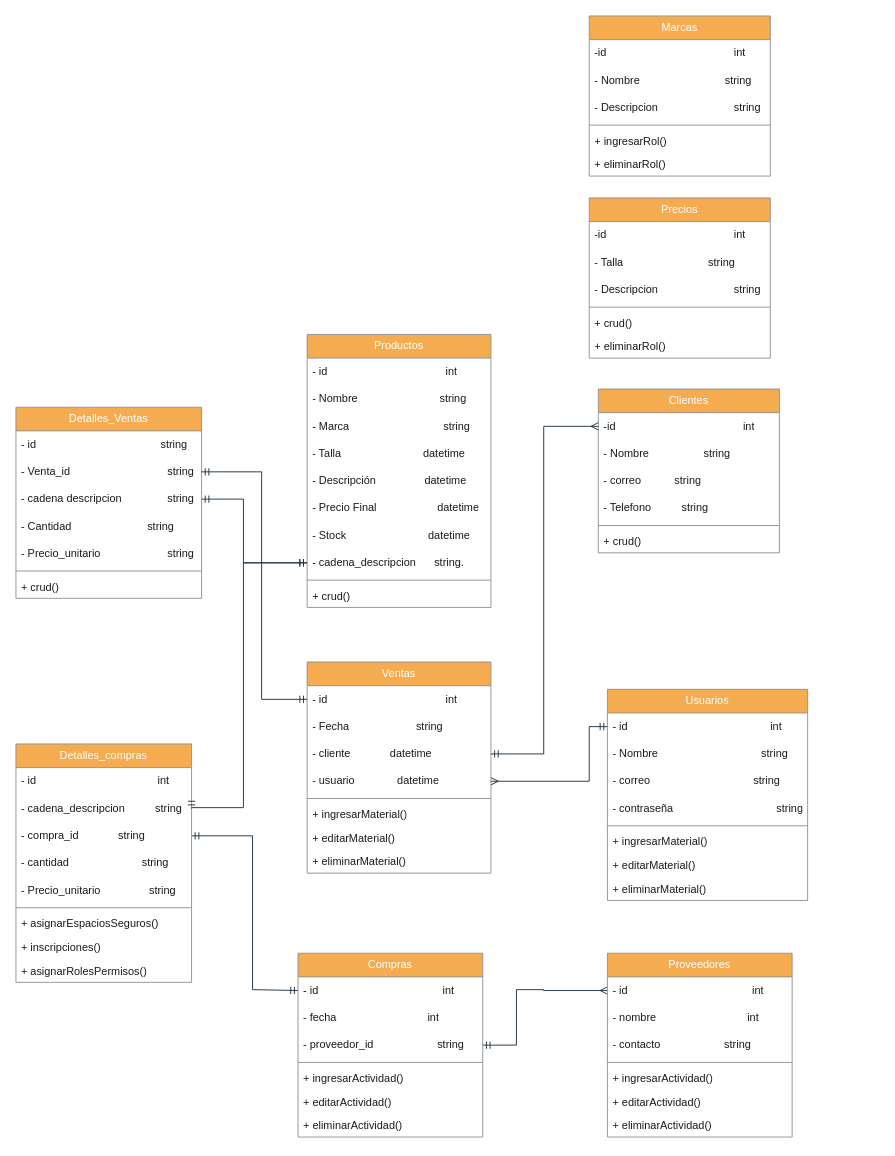
NealD00/Diagramin keeps this draw.io diagram as Sombreros.drawio. Above is the earlier version. Source tidied: cells renumbered, new cells numbered last; positions are measured from the earlier drawing's top-left corner, leaving out a move shared by most shapes. Both pictures are drawn from the tidied source at 91%, with x=0, y=0 at pixel (15, 15).
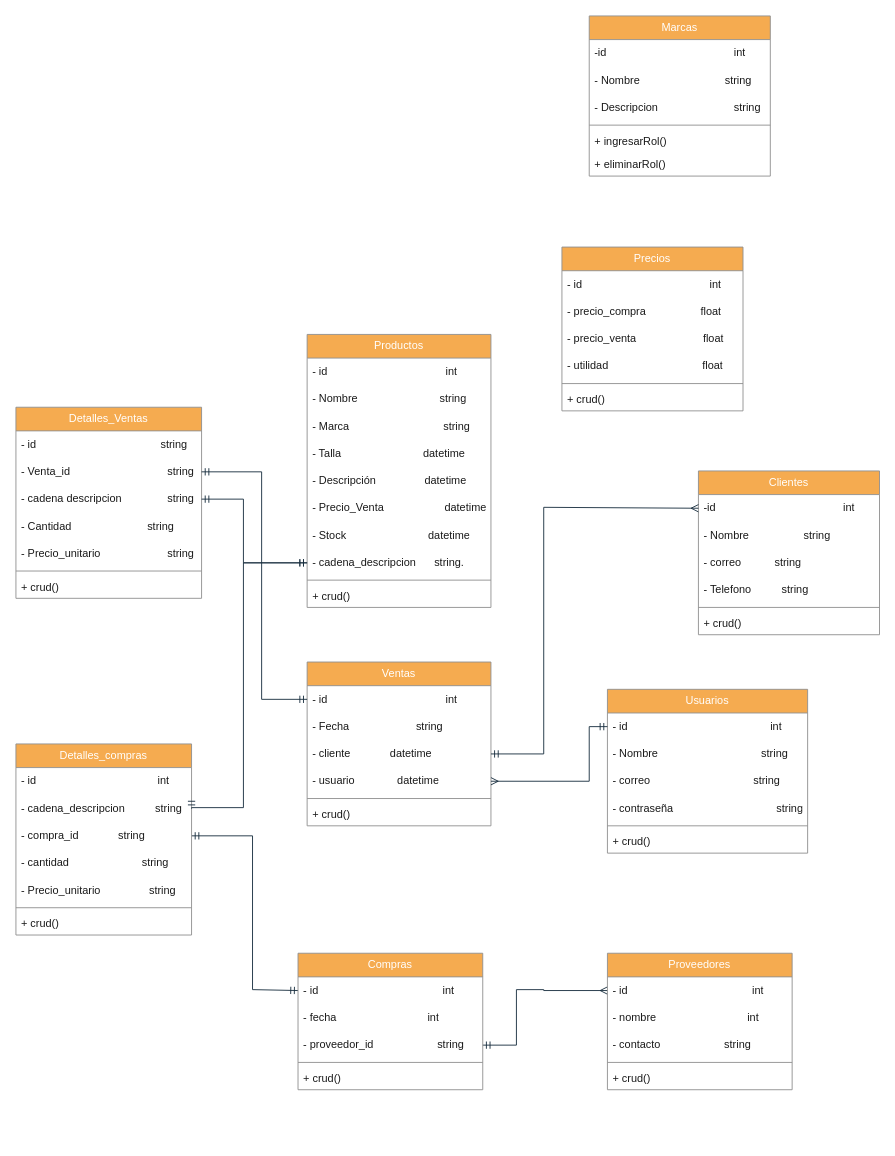
Above is the later version.

The change refers to these unchanged cells:
```xml
<mxCell id="42" value="- cliente&amp;nbsp; &amp;nbsp; &amp;nbsp; &amp;nbsp; &amp;nbsp; &amp;nbsp; &amp;nbsp;datetime" style="text;strokeColor=none;fillColor=none;align=left;verticalAlign=middle;spacingLeft=4;spacingRight=4;overflow=hidden;points=[[0,0.5],[1,0.5]];portConstraint=eastwest;whiteSpace=wrap;html=1;labelBackgroundColor=none;fontColor=#1A1A1A;swimlaneLine=0;" parent="39" vertex="1">
  <mxGeometry y="86" width="202" height="30" as="geometry" />
</mxCell>
<mxCell id="50" value="-id&amp;nbsp; &amp;nbsp; &amp;nbsp; &amp;nbsp; &amp;nbsp; &amp;nbsp; &amp;nbsp; &amp;nbsp; &amp;nbsp; &amp;nbsp; &amp;nbsp; &amp;nbsp; &amp;nbsp; &amp;nbsp; &amp;nbsp; &amp;nbsp; &amp;nbsp; &amp;nbsp; &amp;nbsp; &amp;nbsp; &amp;nbsp; int" style="text;strokeColor=none;fillColor=none;align=left;verticalAlign=middle;spacingLeft=4;spacingRight=4;overflow=hidden;points=[[0,0.5],[1,0.5]];portConstraint=eastwest;whiteSpace=wrap;html=1;labelBackgroundColor=none;fontColor=#1A1A1A;swimlaneLine=0;" parent="49" vertex="1">
  <mxGeometry y="26" width="199" height="30" as="geometry" />
</mxCell>
<mxCell id="56" value="&lt;span style=&quot;color: rgb(255, 255, 255);&quot;&gt;Productos&lt;/span&gt;" style="swimlane;fontStyle=0;align=center;verticalAlign=middle;horizontal=1;startSize=26;whiteSpace=wrap;html=1;strokeColor=#909090;fontFamily=Helvetica;fontSize=12;fontColor=#1A1A1A;labelBackgroundColor=none;fillColor=#F5AB50;" parent="1" vertex="1">
  <mxGeometry x="320" y="350" width="202" height="300" as="geometry" />
</mxCell>
```

The edit, as a diff of the source:
```diff
@@
     <mxCell id="4" value="&lt;font color=&quot;#ffffff&quot;&gt;Detalles_compras&lt;/font&gt;" style="swimlane;fontStyle=0;align=center;verticalAlign=middle;horizontal=1;startSize=26;whiteSpace=wrap;html=1;strokeColor=#909090;fontFamily=Helvetica;fontSize=12;fontColor=#1A1A1A;labelBackgroundColor=none;fillColor=#F5AB50;" parent="1" vertex="1">
-      <mxGeometry y="800" width="193" height="262" as="geometry" />
+      <mxGeometry y="800" width="193" height="210" as="geometry" />
     </mxCell>
@@
-    <mxCell id="11" value="+ asignarEspaciosSeguros()" style="text;strokeColor=none;fillColor=none;align=left;verticalAlign=top;spacingLeft=4;spacingRight=4;overflow=hidden;whiteSpace=wrap;html=1;fontFamily=Helvetica;fontSize=12;fontColor=#1A1A1A;fontStyle=0;labelBackgroundColor=none;" parent="4" vertex="1">
+    <mxCell id="11" value="+ crud()" style="text;strokeColor=none;fillColor=none;align=left;verticalAlign=top;spacingLeft=4;spacingRight=4;overflow=hidden;whiteSpace=wrap;html=1;fontFamily=Helvetica;fontSize=12;fontColor=#1A1A1A;fontStyle=0;labelBackgroundColor=none;" parent="4" vertex="1">
       <mxGeometry y="184" width="193" height="26" as="geometry" />
     </mxCell>
-    <mxCell id="12" value="+ inscripciones()" style="text;strokeColor=none;fillColor=none;align=left;verticalAlign=top;spacingLeft=4;spacingRight=4;overflow=hidden;whiteSpace=wrap;html=1;fontFamily=Helvetica;fontSize=12;fontColor=#1A1A1A;fontStyle=0;labelBackgroundColor=none;" parent="4" vertex="1">
-      <mxGeometry y="210" width="193" height="26" as="geometry" />
-    </mxCell>
-    <mxCell id="13" value="+ asignarRolesPermisos()" style="text;strokeColor=none;fillColor=none;align=left;verticalAlign=top;spacingLeft=4;spacingRight=4;overflow=hidden;whiteSpace=wrap;html=1;fontFamily=Helvetica;fontSize=12;fontColor=#1A1A1A;fontStyle=0;labelBackgroundColor=none;" parent="4" vertex="1">
-      <mxGeometry y="236" width="193" height="26" as="geometry" />
-    </mxCell>
@@
     <mxCell id="22" value="&lt;font color=&quot;#ffffff&quot;&gt;Usuarios&lt;/font&gt;" style="swimlane;fontStyle=0;align=center;verticalAlign=middle;horizontal=1;startSize=26;whiteSpace=wrap;html=1;strokeColor=#909090;fontFamily=Helvetica;fontSize=12;fontColor=#1A1A1A;labelBackgroundColor=none;fillColor=#F5AB50;" parent="1" vertex="1">
-      <mxGeometry x="650" y="740" width="220" height="232" as="geometry" />
+      <mxGeometry x="650" y="740" width="220" height="180" as="geometry" />
     </mxCell>
@@
-    <mxCell id="28" value="+ ingresarMaterial()" style="text;strokeColor=none;fillColor=none;align=left;verticalAlign=top;spacingLeft=4;spacingRight=4;overflow=hidden;whiteSpace=wrap;html=1;fontFamily=Helvetica;fontSize=12;fontColor=#1A1A1A;fontStyle=0;labelBackgroundColor=none;" parent="22" vertex="1">
+    <mxCell id="28" value="+ crud()" style="text;strokeColor=none;fillColor=none;align=left;verticalAlign=top;spacingLeft=4;spacingRight=4;overflow=hidden;whiteSpace=wrap;html=1;fontFamily=Helvetica;fontSize=12;fontColor=#1A1A1A;fontStyle=0;labelBackgroundColor=none;" parent="22" vertex="1">
       <mxGeometry y="154" width="220" height="26" as="geometry" />
     </mxCell>
-    <mxCell id="29" value="+ editarMaterial()" style="text;strokeColor=none;fillColor=none;align=left;verticalAlign=top;spacingLeft=4;spacingRight=4;overflow=hidden;whiteSpace=wrap;html=1;fontFamily=Helvetica;fontSize=12;fontColor=#1A1A1A;fontStyle=0;labelBackgroundColor=none;" parent="22" vertex="1">
-      <mxGeometry y="180" width="220" height="26" as="geometry" />
-    </mxCell>
-    <mxCell id="30" value="+ eliminarMaterial()" style="text;strokeColor=none;fillColor=none;align=left;verticalAlign=top;spacingLeft=4;spacingRight=4;overflow=hidden;whiteSpace=wrap;html=1;fontFamily=Helvetica;fontSize=12;fontColor=#1A1A1A;fontStyle=0;labelBackgroundColor=none;" parent="22" vertex="1">
-      <mxGeometry y="206" width="220" height="26" as="geometry" />
-    </mxCell>
     <mxCell id="31" value="&lt;font color=&quot;#ffffff&quot;&gt;Compras&lt;/font&gt;" style="swimlane;fontStyle=0;align=center;verticalAlign=middle;horizontal=1;startSize=26;whiteSpace=wrap;html=1;strokeColor=#909090;fontFamily=Helvetica;fontSize=12;fontColor=#1A1A1A;labelBackgroundColor=none;fillColor=#F5AB50;" parent="1" vertex="1">
-      <mxGeometry x="310" y="1030" width="203" height="202" as="geometry" />
+      <mxGeometry x="310" y="1030" width="203" height="150" as="geometry" />
     </mxCell>
@@
-    <mxCell id="36" value="+ ingresarActividad()" style="text;strokeColor=none;fillColor=none;align=left;verticalAlign=top;spacingLeft=4;spacingRight=4;overflow=hidden;whiteSpace=wrap;html=1;fontFamily=Helvetica;fontSize=12;fontColor=#1A1A1A;fontStyle=0;labelBackgroundColor=none;" parent="31" vertex="1">
+    <mxCell id="36" value="+ crud()" style="text;strokeColor=none;fillColor=none;align=left;verticalAlign=top;spacingLeft=4;spacingRight=4;overflow=hidden;whiteSpace=wrap;html=1;fontFamily=Helvetica;fontSize=12;fontColor=#1A1A1A;fontStyle=0;labelBackgroundColor=none;" parent="31" vertex="1">
       <mxGeometry y="124" width="203" height="26" as="geometry" />
     </mxCell>
-    <mxCell id="37" value="+ editarActividad()" style="text;strokeColor=none;fillColor=none;align=left;verticalAlign=top;spacingLeft=4;spacingRight=4;overflow=hidden;whiteSpace=wrap;html=1;fontFamily=Helvetica;fontSize=12;fontColor=#1A1A1A;fontStyle=0;labelBackgroundColor=none;" parent="31" vertex="1">
-      <mxGeometry y="150" width="203" height="26" as="geometry" />
-    </mxCell>
-    <mxCell id="38" value="+ eliminarActividad()" style="text;strokeColor=none;fillColor=none;align=left;verticalAlign=top;spacingLeft=4;spacingRight=4;overflow=hidden;whiteSpace=wrap;html=1;fontFamily=Helvetica;fontSize=12;fontColor=#1A1A1A;fontStyle=0;labelBackgroundColor=none;" parent="31" vertex="1">
-      <mxGeometry y="176" width="203" height="26" as="geometry" />
-    </mxCell>
     <mxCell id="39" value="&lt;font color=&quot;#ffffff&quot;&gt;Ventas&lt;/font&gt;" style="swimlane;fontStyle=0;align=center;verticalAlign=middle;horizontal=1;startSize=26;whiteSpace=wrap;html=1;strokeColor=#909090;fontFamily=Helvetica;fontSize=12;fontColor=#1A1A1A;labelBackgroundColor=none;fillColor=#F5AB50;" parent="1" vertex="1">
-      <mxGeometry x="320" y="710" width="202" height="232" as="geometry" />
+      <mxGeometry x="320" y="710" width="202" height="180" as="geometry" />
     </mxCell>
@@
-    <mxCell id="45" value="+ ingresarMaterial()" style="text;strokeColor=none;fillColor=none;align=left;verticalAlign=top;spacingLeft=4;spacingRight=4;overflow=hidden;whiteSpace=wrap;html=1;fontFamily=Helvetica;fontSize=12;fontColor=#1A1A1A;fontStyle=0;labelBackgroundColor=none;" parent="39" vertex="1">
+    <mxCell id="45" value="+ crud()" style="text;strokeColor=none;fillColor=none;align=left;verticalAlign=top;spacingLeft=4;spacingRight=4;overflow=hidden;whiteSpace=wrap;html=1;fontFamily=Helvetica;fontSize=12;fontColor=#1A1A1A;fontStyle=0;labelBackgroundColor=none;" parent="39" vertex="1">
       <mxGeometry y="154" width="202" height="26" as="geometry" />
     </mxCell>
-    <mxCell id="46" value="+ editarMaterial()" style="text;strokeColor=none;fillColor=none;align=left;verticalAlign=top;spacingLeft=4;spacingRight=4;overflow=hidden;whiteSpace=wrap;html=1;fontFamily=Helvetica;fontSize=12;fontColor=#1A1A1A;fontStyle=0;labelBackgroundColor=none;" parent="39" vertex="1">
-      <mxGeometry y="180" width="202" height="26" as="geometry" />
-    </mxCell>
-    <mxCell id="47" value="+ eliminarMaterial()" style="text;strokeColor=none;fillColor=none;align=left;verticalAlign=top;spacingLeft=4;spacingRight=4;overflow=hidden;whiteSpace=wrap;html=1;fontFamily=Helvetica;fontSize=12;fontColor=#1A1A1A;fontStyle=0;labelBackgroundColor=none;" parent="39" vertex="1">
-      <mxGeometry y="206" width="202" height="26" as="geometry" />
-    </mxCell>
@@
     <mxCell id="49" value="&lt;font color=&quot;#ffffff&quot;&gt;Clientes&lt;/font&gt;" style="swimlane;fontStyle=0;align=center;verticalAlign=middle;horizontal=1;startSize=26;whiteSpace=wrap;html=1;strokeColor=#909090;fontFamily=Helvetica;fontSize=12;fontColor=#1A1A1A;labelBackgroundColor=none;fillColor=#F5AB50;" parent="1" vertex="1">
-      <mxGeometry x="640" y="410" width="199" height="180" as="geometry" />
+      <mxGeometry x="750" y="500" width="199" height="180" as="geometry" />
     </mxCell>
@@
-    <mxCell id="62" value="- Precio Final&amp;nbsp; &amp;nbsp; &amp;nbsp; &amp;nbsp; &amp;nbsp; &amp;nbsp; &amp;nbsp; &amp;nbsp; &amp;nbsp; &amp;nbsp; datetime" style="text;strokeColor=none;fillColor=none;align=left;verticalAlign=middle;spacingLeft=4;spacingRight=4;overflow=hidden;whiteSpace=wrap;html=1;labelBackgroundColor=none;fontColor=#1A1A1A;swimlaneLine=0;" parent="56" vertex="1">
+    <mxCell id="62" value="- Precio_Venta&amp;nbsp; &amp;nbsp; &amp;nbsp; &amp;nbsp; &amp;nbsp; &amp;nbsp; &amp;nbsp; &amp;nbsp; &amp;nbsp; &amp;nbsp; datetime" style="text;strokeColor=none;fillColor=none;align=left;verticalAlign=middle;spacingLeft=4;spacingRight=4;overflow=hidden;whiteSpace=wrap;html=1;labelBackgroundColor=none;fontColor=#1A1A1A;swimlaneLine=0;" parent="56" vertex="1">
       <mxGeometry y="176" width="202" height="30" as="geometry" />
     </mxCell>
@@
     <mxCell id="67" value="&lt;font color=&quot;#ffffff&quot;&gt;Proveedores&lt;/font&gt;" style="swimlane;fontStyle=0;align=center;verticalAlign=middle;horizontal=1;startSize=26;whiteSpace=wrap;html=1;strokeColor=#909090;fontFamily=Helvetica;fontSize=12;fontColor=#1A1A1A;labelBackgroundColor=none;fillColor=#F5AB50;" parent="1" vertex="1">
-      <mxGeometry x="650" y="1030" width="203" height="202" as="geometry" />
+      <mxGeometry x="650" y="1030" width="203" height="150" as="geometry" />
     </mxCell>
@@
-    <mxCell id="72" value="+ ingresarActividad()" style="text;strokeColor=none;fillColor=none;align=left;verticalAlign=top;spacingLeft=4;spacingRight=4;overflow=hidden;whiteSpace=wrap;html=1;fontFamily=Helvetica;fontSize=12;fontColor=#1A1A1A;fontStyle=0;labelBackgroundColor=none;" parent="67" vertex="1">
-      <mxGeometry y="124" width="203" height="26" as="geometry" />
-    </mxCell>
-    <mxCell id="73" value="+ editarActividad()" style="text;strokeColor=none;fillColor=none;align=left;verticalAlign=top;spacingLeft=4;spacingRight=4;overflow=hidden;whiteSpace=wrap;html=1;fontFamily=Helvetica;fontSize=12;fontColor=#1A1A1A;fontStyle=0;labelBackgroundColor=none;" parent="67" vertex="1">
-      <mxGeometry y="150" width="203" height="26" as="geometry" />
-    </mxCell>
-    <mxCell id="74" value="+ eliminarActividad()" style="text;strokeColor=none;fillColor=none;align=left;verticalAlign=top;spacingLeft=4;spacingRight=4;overflow=hidden;whiteSpace=wrap;html=1;fontFamily=Helvetica;fontSize=12;fontColor=#1A1A1A;fontStyle=0;labelBackgroundColor=none;" parent="67" vertex="1">
-      <mxGeometry y="176" width="203" height="26" as="geometry" />
+    <mxCell id="74" value="+ crud()" style="text;strokeColor=none;fillColor=none;align=left;verticalAlign=top;spacingLeft=4;spacingRight=4;overflow=hidden;whiteSpace=wrap;html=1;fontFamily=Helvetica;fontSize=12;fontColor=#1A1A1A;fontStyle=0;labelBackgroundColor=none;" parent="67" vertex="1">
+      <mxGeometry y="124" width="203" height="26" as="geometry" />
     </mxCell>
     <mxCell id="75" style="edgeStyle=orthogonalEdgeStyle;rounded=0;jettySize=auto;html=1;labelBackgroundColor=none;strokeColor=#182E3E;fontColor=default;startArrow=ERmandOne;startFill=0;endArrow=ERmany;endFill=0;swimlaneLine=0;exitX=1;exitY=0.5;exitDx=0;exitDy=0;entryX=0;entryY=0.5;entryDx=0;entryDy=0;" parent="1" edge="1" source="42" target="50">
       <mxGeometry relative="1" as="geometry">
         <Array as="points">
           <mxPoint x="580" y="811" />
-          <mxPoint x="580" y="451" />
+          <mxPoint x="580" y="540" />
+          <mxPoint x="750" y="540" />
         </Array>
       </mxGeometry>
     </mxCell>
@@
     <mxCell id="85" value="&lt;font color=&quot;#ffffff&quot;&gt;Precios&lt;/font&gt;" style="swimlane;fontStyle=0;align=center;verticalAlign=middle;horizontal=1;startSize=26;whiteSpace=wrap;html=1;strokeColor=#909090;fontFamily=Helvetica;fontSize=12;fontColor=#1A1A1A;labelBackgroundColor=none;fillColor=#F5AB50;" parent="1" vertex="1">
-      <mxGeometry x="630" y="200" width="199" height="176" as="geometry" />
+      <mxGeometry x="600" y="254" width="199" height="180" as="geometry" />
     </mxCell>
-    <mxCell id="86" value="-id&amp;nbsp; &amp;nbsp; &amp;nbsp; &amp;nbsp; &amp;nbsp; &amp;nbsp; &amp;nbsp; &amp;nbsp; &amp;nbsp; &amp;nbsp; &amp;nbsp; &amp;nbsp; &amp;nbsp; &amp;nbsp; &amp;nbsp; &amp;nbsp; &amp;nbsp; &amp;nbsp; &amp;nbsp; &amp;nbsp; &amp;nbsp; int" style="text;strokeColor=none;fillColor=none;align=left;verticalAlign=middle;spacingLeft=4;spacingRight=4;overflow=hidden;whiteSpace=wrap;html=1;labelBackgroundColor=none;fontColor=#1A1A1A;swimlaneLine=0;" parent="85" vertex="1">
+    <mxCell id="86" value="- id&amp;nbsp; &amp;nbsp; &amp;nbsp; &amp;nbsp; &amp;nbsp; &amp;nbsp; &amp;nbsp; &amp;nbsp; &amp;nbsp; &amp;nbsp; &amp;nbsp; &amp;nbsp; &amp;nbsp; &amp;nbsp; &amp;nbsp; &amp;nbsp; &amp;nbsp; &amp;nbsp; &amp;nbsp; &amp;nbsp; &amp;nbsp; int" style="text;strokeColor=none;fillColor=none;align=left;verticalAlign=middle;spacingLeft=4;spacingRight=4;overflow=hidden;whiteSpace=wrap;html=1;labelBackgroundColor=none;fontColor=#1A1A1A;swimlaneLine=0;" parent="85" vertex="1">
       <mxGeometry y="26" width="199" height="30" as="geometry" />
     </mxCell>
-    <mxCell id="87" value="- Talla&amp;nbsp; &amp;nbsp; &amp;nbsp; &amp;nbsp; &amp;nbsp; &amp;nbsp; &amp;nbsp; &amp;nbsp; &amp;nbsp; &amp;nbsp; &amp;nbsp; &amp;nbsp; &amp;nbsp; &amp;nbsp; string" style="text;strokeColor=none;fillColor=none;align=left;verticalAlign=middle;spacingLeft=4;spacingRight=4;overflow=hidden;whiteSpace=wrap;html=1;labelBackgroundColor=none;fontColor=#1A1A1A;swimlaneLine=0;" parent="85" vertex="1">
+    <mxCell id="87" value="- precio_compra&amp;nbsp; &amp;nbsp; &amp;nbsp; &amp;nbsp; &amp;nbsp; &amp;nbsp; &amp;nbsp; &amp;nbsp; &amp;nbsp; float" style="text;strokeColor=none;fillColor=none;align=left;verticalAlign=middle;spacingLeft=4;spacingRight=4;overflow=hidden;whiteSpace=wrap;html=1;labelBackgroundColor=none;fontColor=#1A1A1A;swimlaneLine=0;" parent="85" vertex="1">
       <mxGeometry y="56" width="199" height="30" as="geometry" />
     </mxCell>
-    <mxCell id="88" value="- Descripcion&amp;nbsp; &amp;nbsp; &amp;nbsp; &amp;nbsp; &amp;nbsp; &amp;nbsp; &amp;nbsp; &amp;nbsp; &amp;nbsp; &amp;nbsp; &amp;nbsp; &amp;nbsp; &amp;nbsp;string" style="text;strokeColor=none;fillColor=none;align=left;verticalAlign=middle;spacingLeft=4;spacingRight=4;overflow=hidden;whiteSpace=wrap;html=1;labelBackgroundColor=none;fontColor=#1A1A1A;swimlaneLine=0;" parent="85" vertex="1">
+    <mxCell id="88" value="- precio_venta&amp;nbsp; &amp;nbsp; &amp;nbsp; &amp;nbsp; &amp;nbsp; &amp;nbsp; &amp;nbsp; &amp;nbsp; &amp;nbsp; &amp;nbsp; &amp;nbsp; float" style="text;strokeColor=none;fillColor=none;align=left;verticalAlign=middle;spacingLeft=4;spacingRight=4;overflow=hidden;whiteSpace=wrap;html=1;labelBackgroundColor=none;fontColor=#1A1A1A;swimlaneLine=0;" parent="85" vertex="1">
       <mxGeometry y="86" width="199" height="30" as="geometry" />
     </mxCell>
+    <mxCell id="96" value="- utilidad&amp;nbsp; &amp;nbsp; &amp;nbsp; &amp;nbsp; &amp;nbsp; &amp;nbsp; &amp;nbsp; &amp;nbsp; &amp;nbsp; &amp;nbsp; &amp;nbsp; &amp;nbsp; &amp;nbsp; &amp;nbsp; &amp;nbsp; &amp;nbsp;float" style="text;strokeColor=none;fillColor=none;align=left;verticalAlign=middle;spacingLeft=4;spacingRight=4;overflow=hidden;whiteSpace=wrap;html=1;labelBackgroundColor=none;fontColor=#1A1A1A;swimlaneLine=0;" parent="85" vertex="1">
+      <mxGeometry y="116" width="199" height="30" as="geometry" />
+    </mxCell>
     <mxCell id="89" style="line;strokeWidth=1;fillColor=#F5AB50;align=center;verticalAlign=middle;spacingTop=-1;spacingLeft=3;spacingRight=3;labelPosition=right;strokeColor=#909090;fontFamily=Helvetica;fontSize=12;fontColor=#1A1A1A;fontStyle=0;labelBackgroundColor=none;" parent="85" vertex="1">
-      <mxGeometry y="116" width="199" height="8" as="geometry" />
+      <mxGeometry y="146" width="199" height="8" as="geometry" />
     </mxCell>
     <mxCell id="90" value="+ crud()" style="text;strokeColor=none;fillColor=none;align=left;verticalAlign=top;spacingLeft=4;spacingRight=4;overflow=hidden;whiteSpace=wrap;html=1;fontFamily=Helvetica;fontSize=12;fontColor=#1A1A1A;fontStyle=0;labelBackgroundColor=none;" parent="85" vertex="1">
-      <mxGeometry y="124" width="199" height="26" as="geometry" />
+      <mxGeometry y="154" width="199" height="26" as="geometry" />
     </mxCell>
-    <mxCell id="91" value="+ eliminarRol()" style="text;strokeColor=none;fillColor=none;align=left;verticalAlign=top;spacingLeft=4;spacingRight=4;overflow=hidden;whiteSpace=wrap;html=1;fontFamily=Helvetica;fontSize=12;fontColor=#1A1A1A;fontStyle=0;labelBackgroundColor=none;" parent="85" vertex="1">
-      <mxGeometry y="150" width="199" height="26" as="geometry" />
-    </mxCell>
```
